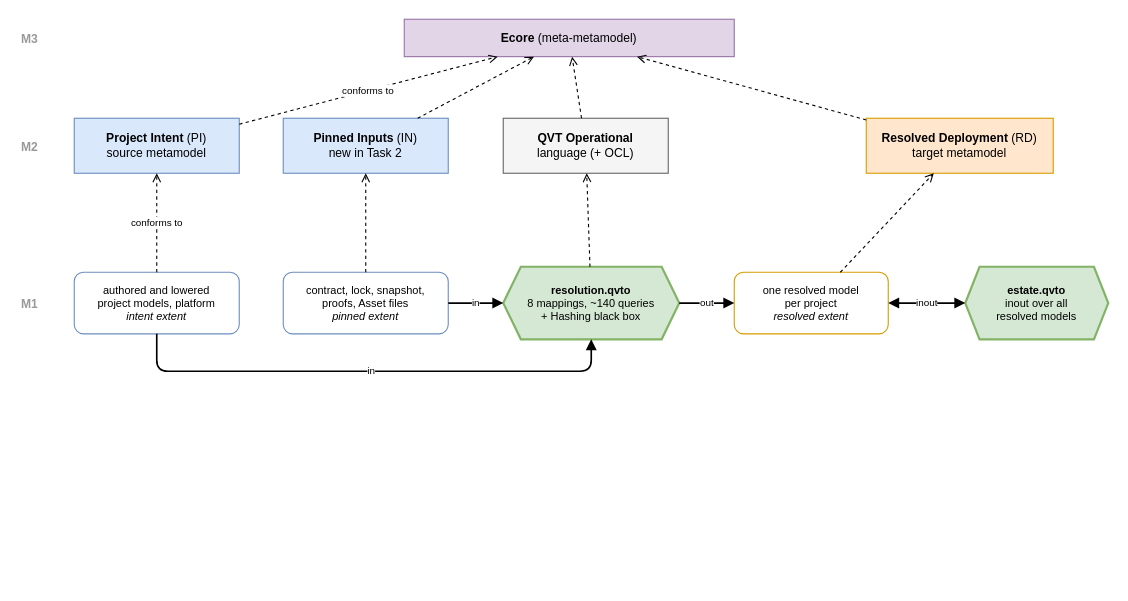
Earlier version of the draw.io diagram docs/mde/task-2-transformations/Figures/pattern.drawio (JorisJonkers-dev/deploy-kit). Source tidied: cells renumbered, new cells numbered last; positions are measured from the earlier drawing's top-left corner, leaving out a move shared by most shapes. Both pictures are drawn from the tidied source at 110%, with x=0, y=0 at pixel (19, 19).
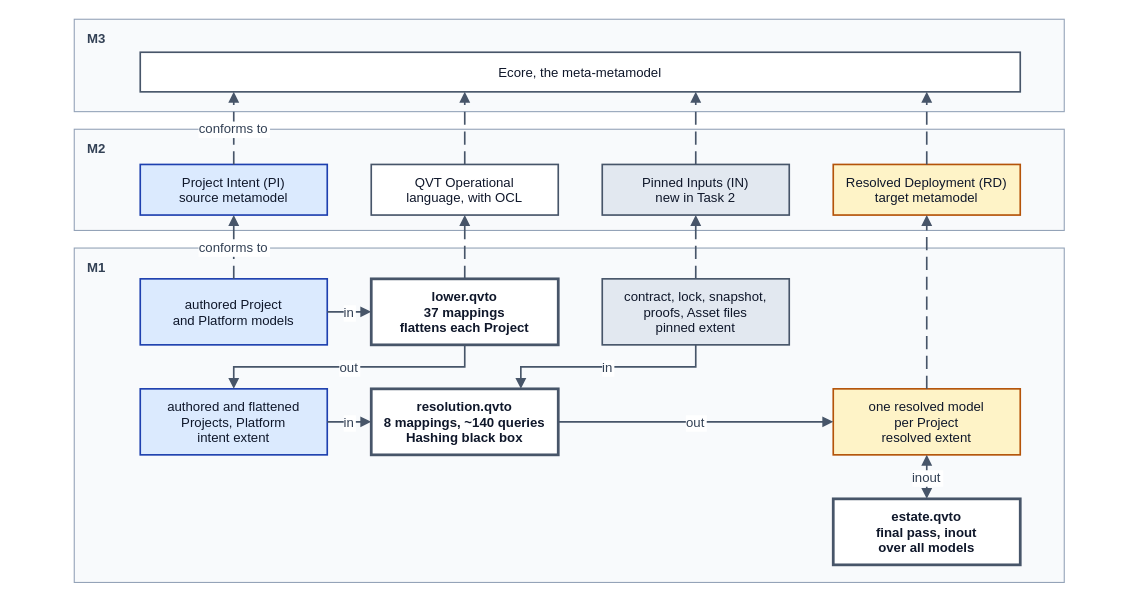
The same page after the edit.

Change to the diagram source:
```diff
@@
+    <mxCell id="24" value="M3" style="rounded=0;whiteSpace=nowrap;html=0;fillColor=#f8fafc;strokeColor=#94a3b8;strokeWidth=1;verticalAlign=top;align=left;spacingLeft=10;spacingTop=4;fontStyle=1;fontSize=12;fontFamily=Helvetica;fontColor=#334155;" parent="1" vertex="1">
+      <mxGeometry x="50" width="900" height="84" as="geometry" />
+    </mxCell>
+    <mxCell id="25" value="M2" style="rounded=0;whiteSpace=nowrap;html=0;fillColor=#f8fafc;strokeColor=#94a3b8;strokeWidth=1;verticalAlign=top;align=left;spacingLeft=10;spacingTop=4;fontStyle=1;fontSize=12;fontFamily=Helvetica;fontColor=#334155;" parent="1" vertex="1">
+      <mxGeometry x="50" y="100" width="900" height="92" as="geometry" />
+    </mxCell>
+    <mxCell id="26" value="M1" style="rounded=0;whiteSpace=nowrap;html=0;fillColor=#f8fafc;strokeColor=#94a3b8;strokeWidth=1;verticalAlign=top;align=left;spacingLeft=10;spacingTop=4;fontStyle=1;fontSize=12;fontFamily=Helvetica;fontColor=#334155;" parent="1" vertex="1">
+      <mxGeometry x="50" y="208" width="900" height="304" as="geometry" />
+    </mxCell>
-    <mxCell id="2" value="&lt;b&gt;Ecore&lt;/b&gt; (meta-metamodel)" style="rounded=0;whiteSpace=wrap;html=1;fillColor=#e1d5e7;strokeColor=#9673a6;fontSize=11;" parent="1" vertex="1">
-      <mxGeometry x="350" width="300" height="34" as="geometry" />
+    <mxCell id="2" value="Ecore, the meta-metamodel" style="rounded=0;whiteSpace=nowrap;html=0;align=center;verticalAlign=middle;fillColor=#ffffff;strokeColor=#475569;strokeWidth=1.5;fontFamily=Helvetica;fontSize=12;fontColor=#0f172a;" parent="1" vertex="1">
+      <mxGeometry x="110" y="30" width="800" height="36" as="geometry" />
     </mxCell>
-    <mxCell id="3" value="&lt;b&gt;Project Intent&lt;/b&gt; (PI)&lt;br&gt;source metamodel" style="rounded=0;whiteSpace=wrap;html=1;fillColor=#dae8fc;strokeColor=#6c8ebf;fontSize=11;" parent="1" vertex="1">
-      <mxGeometry x="50" y="90" width="150" height="50" as="geometry" />
+    <mxCell id="3" value="Project Intent (PI)&#10;source metamodel" style="rounded=0;whiteSpace=nowrap;html=0;align=center;verticalAlign=middle;fillColor=#dbeafe;strokeColor=#1e40af;strokeWidth=1.5;fontFamily=Helvetica;fontSize=12;fontColor=#0f172a;" parent="1" vertex="1">
+      <mxGeometry x="110" y="132" width="170" height="46" as="geometry" />
     </mxCell>
+    <mxCell id="5" value="QVT Operational&#10;language, with OCL" style="rounded=0;whiteSpace=nowrap;html=0;align=center;verticalAlign=middle;fillColor=#ffffff;strokeColor=#475569;strokeWidth=1.5;fontFamily=Helvetica;fontSize=12;fontColor=#0f172a;" parent="1" vertex="1">
+      <mxGeometry x="320" y="132" width="170" height="46" as="geometry" />
+    </mxCell>
-    <mxCell id="4" value="&lt;b&gt;Pinned Inputs&lt;/b&gt; (IN)&lt;br&gt;new in Task 2" style="rounded=0;whiteSpace=wrap;html=1;fillColor=#dae8fc;strokeColor=#6c8ebf;fontSize=11;" parent="1" vertex="1">
-      <mxGeometry x="240" y="90" width="150" height="50" as="geometry" />
+    <mxCell id="4" value="Pinned Inputs (IN)&#10;new in Task 2" style="rounded=0;whiteSpace=nowrap;html=0;align=center;verticalAlign=middle;fillColor=#e2e8f0;strokeColor=#475569;strokeWidth=1.5;fontFamily=Helvetica;fontSize=12;fontColor=#0f172a;" parent="1" vertex="1">
+      <mxGeometry x="530" y="132" width="170" height="46" as="geometry" />
     </mxCell>
-    <mxCell id="5" value="&lt;b&gt;QVT Operational&lt;/b&gt;&lt;br&gt;language (+ OCL)" style="rounded=0;whiteSpace=wrap;html=1;fillColor=#f5f5f5;strokeColor=#666666;fontSize=11;" parent="1" vertex="1">
-      <mxGeometry x="440" y="90" width="150" height="50" as="geometry" />
-    </mxCell>
-    <mxCell id="6" value="&lt;b&gt;Resolved Deployment&lt;/b&gt; (RD)&lt;br&gt;target metamodel" style="rounded=0;whiteSpace=wrap;html=1;fillColor=#ffe6cc;strokeColor=#d79b00;fontSize=11;" parent="1" vertex="1">
-      <mxGeometry x="770" y="90" width="170" height="50" as="geometry" />
+    <mxCell id="6" value="Resolved Deployment (RD)&#10;target metamodel" style="rounded=0;whiteSpace=nowrap;html=0;align=center;verticalAlign=middle;fillColor=#fef3c7;strokeColor=#b45309;strokeWidth=1.5;fontFamily=Helvetica;fontSize=12;fontColor=#0f172a;" parent="1" vertex="1">
+      <mxGeometry x="740" y="132" width="170" height="46" as="geometry" />
     </mxCell>
+    <mxCell id="27" value="authored Project&#10;and Platform models" style="rounded=0;whiteSpace=nowrap;html=0;align=center;verticalAlign=middle;fillColor=#dbeafe;strokeColor=#1e40af;strokeWidth=1.5;fontFamily=Helvetica;fontSize=12;fontColor=#0f172a;" parent="1" vertex="1">
+      <mxGeometry x="110" y="236" width="170" height="60" as="geometry" />
+    </mxCell>
+    <mxCell id="28" value="lower.qvto&#10;37 mappings&#10;flattens each Project" style="rounded=0;whiteSpace=nowrap;html=0;align=center;verticalAlign=middle;fillColor=#ffffff;strokeColor=#475569;strokeWidth=1.5;fontFamily=Helvetica;fontSize=12;fontColor=#0f172a;fontStyle=1;strokeWidth=2.5;" parent="1" vertex="1">
+      <mxGeometry x="320" y="236" width="170" height="60" as="geometry" />
+    </mxCell>
+    <mxCell id="8" value="contract, lock, snapshot,&#10;proofs, Asset files&#10;pinned extent" style="rounded=0;whiteSpace=nowrap;html=0;align=center;verticalAlign=middle;fillColor=#e2e8f0;strokeColor=#475569;strokeWidth=1.5;fontFamily=Helvetica;fontSize=12;fontColor=#0f172a;" parent="1" vertex="1">
+      <mxGeometry x="530" y="236" width="170" height="60" as="geometry" />
+    </mxCell>
-    <mxCell id="7" value="authored and lowered&lt;br&gt;project models, platform&lt;br&gt;&lt;i&gt;intent extent&lt;/i&gt;" style="rounded=1;whiteSpace=wrap;html=1;fillColor=#ffffff;strokeColor=#6c8ebf;fontSize=10;" parent="1" vertex="1">
-      <mxGeometry x="50" y="230" width="150" height="56" as="geometry" />
+    <mxCell id="7" value="authored and flattened&#10;Projects, Platform&#10;intent extent" style="rounded=0;whiteSpace=nowrap;html=0;align=center;verticalAlign=middle;fillColor=#dbeafe;strokeColor=#1e40af;strokeWidth=1.5;fontFamily=Helvetica;fontSize=12;fontColor=#0f172a;" parent="1" vertex="1">
+      <mxGeometry x="110" y="336" width="170" height="60" as="geometry" />
     </mxCell>
-    <mxCell id="8" value="contract, lock, snapshot,&lt;br&gt;proofs, Asset files&lt;br&gt;&lt;i&gt;pinned extent&lt;/i&gt;" style="rounded=1;whiteSpace=wrap;html=1;fillColor=#ffffff;strokeColor=#6c8ebf;fontSize=10;" parent="1" vertex="1">
-      <mxGeometry x="240" y="230" width="150" height="56" as="geometry" />
-    </mxCell>
-    <mxCell id="9" value="&lt;b&gt;resolution.qvto&lt;/b&gt;&lt;br&gt;8 mappings, ~140 queries&lt;br&gt;+ Hashing black box" style="shape=hexagon;perimeter=hexagonPerimeter2;whiteSpace=wrap;html=1;size=0.1;fillColor=#d5e8d4;strokeColor=#82b366;strokeWidth=2;fontSize=10;" parent="1" vertex="1">
-      <mxGeometry x="440" y="225" width="160" height="66" as="geometry" />
+    <mxCell id="9" value="resolution.qvto&#10;8 mappings, ~140 queries&#10;Hashing black box" style="rounded=0;whiteSpace=nowrap;html=0;align=center;verticalAlign=middle;fillColor=#ffffff;strokeColor=#475569;strokeWidth=1.5;fontFamily=Helvetica;fontSize=12;fontColor=#0f172a;fontStyle=1;strokeWidth=2.5;" parent="1" vertex="1">
+      <mxGeometry x="320" y="336" width="170" height="60" as="geometry" />
     </mxCell>
-    <mxCell id="10" value="one resolved model&lt;br&gt;per project&lt;br&gt;&lt;i&gt;resolved extent&lt;/i&gt;" style="rounded=1;whiteSpace=wrap;html=1;fillColor=#ffffff;strokeColor=#d79b00;fontSize=10;" parent="1" vertex="1">
-      <mxGeometry x="650" y="230" width="140" height="56" as="geometry" />
+    <mxCell id="10" value="one resolved model&#10;per Project&#10;resolved extent" style="rounded=0;whiteSpace=nowrap;html=0;align=center;verticalAlign=middle;fillColor=#fef3c7;strokeColor=#b45309;strokeWidth=1.5;fontFamily=Helvetica;fontSize=12;fontColor=#0f172a;" parent="1" vertex="1">
+      <mxGeometry x="740" y="336" width="170" height="60" as="geometry" />
     </mxCell>
-    <mxCell id="11" value="&lt;b&gt;estate.qvto&lt;/b&gt;&lt;br&gt;inout over all&lt;br&gt;resolved models" style="shape=hexagon;perimeter=hexagonPerimeter2;whiteSpace=wrap;html=1;size=0.1;fillColor=#d5e8d4;strokeColor=#82b366;strokeWidth=2;fontSize=10;" parent="1" vertex="1">
-      <mxGeometry x="860" y="225" width="130" height="66" as="geometry" />
+    <mxCell id="11" value="estate.qvto&#10;final pass, inout&#10;over all models" style="rounded=0;whiteSpace=nowrap;html=0;align=center;verticalAlign=middle;fillColor=#ffffff;strokeColor=#475569;strokeWidth=1.5;fontFamily=Helvetica;fontSize=12;fontColor=#0f172a;fontStyle=1;strokeWidth=2.5;" parent="1" vertex="1">
+      <mxGeometry x="740" y="436" width="170" height="60" as="geometry" />
     </mxCell>
-    <mxCell id="12" value="conforms to" style="html=1;endArrow=open;dashed=1;fontSize=9;" parent="1" edge="1" source="3" target="2">
+    <mxCell id="12" value="conforms to" style="edgeStyle=orthogonalEdgeStyle;rounded=0;html=0;jettySize=auto;endArrow=block;endFill=1;strokeColor=#475569;strokeWidth=1.5;fontSize=12;fontFamily=Helvetica;fontColor=#334155;labelBackgroundColor=#ffffff;dashed=1;dashPattern=8 4;exitX=0.5;exitY=0;exitDx=0;exitDy=0;entryX=0.10625;entryY=1;entryDx=0;entryDy=0;" parent="1" edge="1" source="3" target="2">
       <mxGeometry relative="1" as="geometry" />
     </mxCell>
+    <mxCell id="14" style="edgeStyle=orthogonalEdgeStyle;rounded=0;html=0;jettySize=auto;endArrow=block;endFill=1;strokeColor=#475569;strokeWidth=1.5;fontSize=12;fontFamily=Helvetica;fontColor=#334155;labelBackgroundColor=#ffffff;dashed=1;dashPattern=8 4;exitX=0.5;exitY=0;exitDx=0;exitDy=0;entryX=0.36875;entryY=1;entryDx=0;entryDy=0;" parent="1" edge="1" source="5" target="2">
+      <mxGeometry relative="1" as="geometry" />
+    </mxCell>
-    <mxCell id="13" style="html=1;endArrow=open;dashed=1;" parent="1" edge="1" source="4" target="2">
+    <mxCell id="13" style="edgeStyle=orthogonalEdgeStyle;rounded=0;html=0;jettySize=auto;endArrow=block;endFill=1;strokeColor=#475569;strokeWidth=1.5;fontSize=12;fontFamily=Helvetica;fontColor=#334155;labelBackgroundColor=#ffffff;dashed=1;dashPattern=8 4;exitX=0.5;exitY=0;exitDx=0;exitDy=0;entryX=0.63125;entryY=1;entryDx=0;entryDy=0;" parent="1" edge="1" source="4" target="2">
       <mxGeometry relative="1" as="geometry" />
     </mxCell>
-    <mxCell id="14" style="html=1;endArrow=open;dashed=1;" parent="1" edge="1" source="5" target="2">
-      <mxGeometry relative="1" as="geometry" />
-    </mxCell>
-    <mxCell id="15" style="html=1;endArrow=open;dashed=1;" parent="1" edge="1" source="6" target="2">
+    <mxCell id="15" style="edgeStyle=orthogonalEdgeStyle;rounded=0;html=0;jettySize=auto;endArrow=block;endFill=1;strokeColor=#475569;strokeWidth=1.5;fontSize=12;fontFamily=Helvetica;fontColor=#334155;labelBackgroundColor=#ffffff;dashed=1;dashPattern=8 4;exitX=0.5;exitY=0;exitDx=0;exitDy=0;entryX=0.89375;entryY=1;entryDx=0;entryDy=0;" parent="1" edge="1" source="6" target="2">
       <mxGeometry relative="1" as="geometry" />
     </mxCell>
-    <mxCell id="16" value="conforms to" style="html=1;endArrow=open;dashed=1;fontSize=9;" parent="1" edge="1" source="7" target="3">
-      <mxGeometry relative="1" as="geometry" />
-    </mxCell>
+    <mxCell id="29" value="conforms to" style="edgeStyle=orthogonalEdgeStyle;rounded=0;html=0;jettySize=auto;endArrow=block;endFill=1;strokeColor=#475569;strokeWidth=1.5;fontSize=12;fontFamily=Helvetica;fontColor=#334155;labelBackgroundColor=#ffffff;dashed=1;dashPattern=8 4;exitX=0.5;exitY=0;exitDx=0;exitDy=0;entryX=0.5;entryY=1;entryDx=0;entryDy=0;" parent="1" edge="1" source="27" target="3">
+      <mxGeometry relative="1" as="geometry" />
+    </mxCell>
+    <mxCell id="30" style="edgeStyle=orthogonalEdgeStyle;rounded=0;html=0;jettySize=auto;endArrow=block;endFill=1;strokeColor=#475569;strokeWidth=1.5;fontSize=12;fontFamily=Helvetica;fontColor=#334155;labelBackgroundColor=#ffffff;dashed=1;dashPattern=8 4;exitX=0.5;exitY=0;exitDx=0;exitDy=0;entryX=0.5;entryY=1;entryDx=0;entryDy=0;" parent="1" edge="1" source="28" target="5">
+      <mxGeometry relative="1" as="geometry" />
+    </mxCell>
-    <mxCell id="17" style="html=1;endArrow=open;dashed=1;" parent="1" edge="1" source="8" target="4">
+    <mxCell id="17" style="edgeStyle=orthogonalEdgeStyle;rounded=0;html=0;jettySize=auto;endArrow=block;endFill=1;strokeColor=#475569;strokeWidth=1.5;fontSize=12;fontFamily=Helvetica;fontColor=#334155;labelBackgroundColor=#ffffff;dashed=1;dashPattern=8 4;exitX=0.5;exitY=0;exitDx=0;exitDy=0;entryX=0.5;entryY=1;entryDx=0;entryDy=0;" parent="1" edge="1" source="8" target="4">
       <mxGeometry relative="1" as="geometry" />
     </mxCell>
-    <mxCell id="18" style="html=1;endArrow=open;dashed=1;" parent="1" edge="1" source="9" target="5">
-      <mxGeometry relative="1" as="geometry" />
-    </mxCell>
-    <mxCell id="19" style="html=1;endArrow=open;dashed=1;" parent="1" edge="1" source="10" target="6">
+    <mxCell id="19" style="edgeStyle=orthogonalEdgeStyle;rounded=0;html=0;jettySize=auto;endArrow=block;endFill=1;strokeColor=#475569;strokeWidth=1.5;fontSize=12;fontFamily=Helvetica;fontColor=#334155;labelBackgroundColor=#ffffff;dashed=1;dashPattern=8 4;exitX=0.5;exitY=0;exitDx=0;exitDy=0;entryX=0.5;entryY=1;entryDx=0;entryDy=0;" parent="1" edge="1" source="10" target="6">
       <mxGeometry relative="1" as="geometry" />
     </mxCell>
+    <mxCell id="31" value="in" style="edgeStyle=orthogonalEdgeStyle;rounded=0;html=0;jettySize=auto;endArrow=block;endFill=1;strokeColor=#475569;strokeWidth=1.5;fontSize=12;fontFamily=Helvetica;fontColor=#334155;labelBackgroundColor=#ffffff;exitX=1;exitY=0.5;exitDx=0;exitDy=0;entryX=0;entryY=0.5;entryDx=0;entryDy=0;" parent="1" edge="1" source="27" target="28">
+      <mxGeometry relative="1" as="geometry" />
+    </mxCell>
+    <mxCell id="32" value="out" style="edgeStyle=orthogonalEdgeStyle;rounded=0;html=0;jettySize=auto;endArrow=block;endFill=1;strokeColor=#475569;strokeWidth=1.5;fontSize=12;fontFamily=Helvetica;fontColor=#334155;labelBackgroundColor=#ffffff;exitX=0.5;exitY=1;exitDx=0;exitDy=0;entryX=0.5;entryY=0;entryDx=0;entryDy=0;" parent="1" edge="1" source="28" target="7">
+      <mxGeometry relative="1" as="geometry">
+        <Array as="points">
+          <mxPoint x="405" y="316" />
+          <mxPoint x="195" y="316" />
+        </Array>
+      </mxGeometry>
+    </mxCell>
-    <mxCell id="20" value="in" style="edgeStyle=orthogonalEdgeStyle;html=1;endArrow=block;endFill=1;strokeWidth=1.5;fontSize=9;" parent="1" edge="1" source="7" target="9">
-      <mxGeometry relative="1" as="geometry">
-        <Array as="points">
-          <mxPoint x="125" y="320" />
-          <mxPoint x="520" y="320" />
-        </Array>
-      </mxGeometry>
+    <mxCell id="20" value="in" style="edgeStyle=orthogonalEdgeStyle;rounded=0;html=0;jettySize=auto;endArrow=block;endFill=1;strokeColor=#475569;strokeWidth=1.5;fontSize=12;fontFamily=Helvetica;fontColor=#334155;labelBackgroundColor=#ffffff;exitX=1;exitY=0.5;exitDx=0;exitDy=0;entryX=0;entryY=0.5;entryDx=0;entryDy=0;" parent="1" edge="1" source="7" target="9">
+      <mxGeometry relative="1" as="geometry" />
     </mxCell>
-    <mxCell id="21" value="in" style="html=1;endArrow=block;endFill=1;strokeWidth=1.5;fontSize=9;" parent="1" edge="1" source="8" target="9">
-      <mxGeometry relative="1" as="geometry" />
+    <mxCell id="21" value="in" style="edgeStyle=orthogonalEdgeStyle;rounded=0;html=0;jettySize=auto;endArrow=block;endFill=1;strokeColor=#475569;strokeWidth=1.5;fontSize=12;fontFamily=Helvetica;fontColor=#334155;labelBackgroundColor=#ffffff;exitX=0.5;exitY=1;exitDx=0;exitDy=0;entryX=0.8;entryY=0;entryDx=0;entryDy=0;" parent="1" edge="1" source="8" target="9">
+      <mxGeometry relative="1" as="geometry">
+        <Array as="points">
+          <mxPoint x="615" y="316" />
+          <mxPoint x="456" y="316" />
+        </Array>
+      </mxGeometry>
     </mxCell>
-    <mxCell id="22" value="out" style="html=1;endArrow=block;endFill=1;strokeWidth=1.5;fontSize=9;" parent="1" edge="1" source="9" target="10">
+    <mxCell id="22" value="out" style="edgeStyle=orthogonalEdgeStyle;rounded=0;html=0;jettySize=auto;endArrow=block;endFill=1;strokeColor=#475569;strokeWidth=1.5;fontSize=12;fontFamily=Helvetica;fontColor=#334155;labelBackgroundColor=#ffffff;exitX=1;exitY=0.5;exitDx=0;exitDy=0;entryX=0;entryY=0.5;entryDx=0;entryDy=0;" parent="1" edge="1" source="9" target="10">
       <mxGeometry relative="1" as="geometry" />
     </mxCell>
-    <mxCell id="23" value="inout" style="html=1;endArrow=block;endFill=1;startArrow=block;startFill=1;strokeWidth=1.5;fontSize=9;" parent="1" edge="1" source="10" target="11">
+    <mxCell id="23" value="inout" style="edgeStyle=orthogonalEdgeStyle;rounded=0;html=0;jettySize=auto;endArrow=block;endFill=1;strokeColor=#475569;strokeWidth=1.5;fontSize=12;fontFamily=Helvetica;fontColor=#334155;labelBackgroundColor=#ffffff;startArrow=block;startFill=1;exitX=0.5;exitY=1;exitDx=0;exitDy=0;entryX=0.5;entryY=0;entryDx=0;entryDy=0;" parent="1" edge="1" source="10" target="11">
       <mxGeometry relative="1" as="geometry" />
     </mxCell>
-    <mxCell id="24" value="M3" style="text;html=1;fontSize=11;fontStyle=1;fontColor=#999999;" parent="1" vertex="1">
-      <mxGeometry y="5" width="40" height="24" as="geometry" />
-    </mxCell>
-    <mxCell id="25" value="M2" style="text;html=1;fontSize=11;fontStyle=1;fontColor=#999999;" parent="1" vertex="1">
-      <mxGeometry y="103" width="40" height="24" as="geometry" />
-    </mxCell>
-    <mxCell id="26" value="M1" style="text;html=1;fontSize=11;fontStyle=1;fontColor=#999999;" parent="1" vertex="1">
-      <mxGeometry y="246" width="40" height="24" as="geometry" />
-    </mxCell>
```
